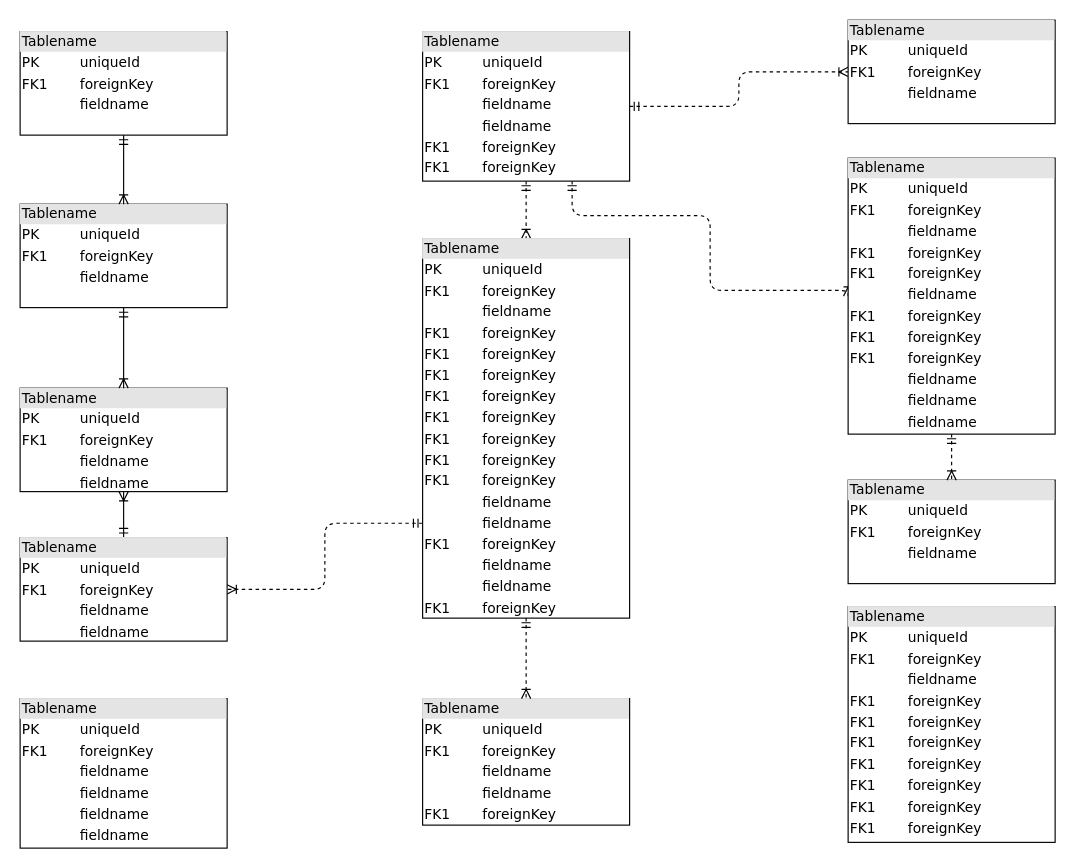
Above: Untitled Diagram.drawio in SlatanEnLexSemester4/Data-Warehousing-en-Business-Intelligence (draw.io), before the change. Source tidied: cells renumbered, new cells numbered last; positions are measured from the earlier drawing's top-left corner, leaving out a move shared by most shapes. Both pictures are drawn from the tidied source at 115%, with x=0, y=0 at pixel (20, 20).
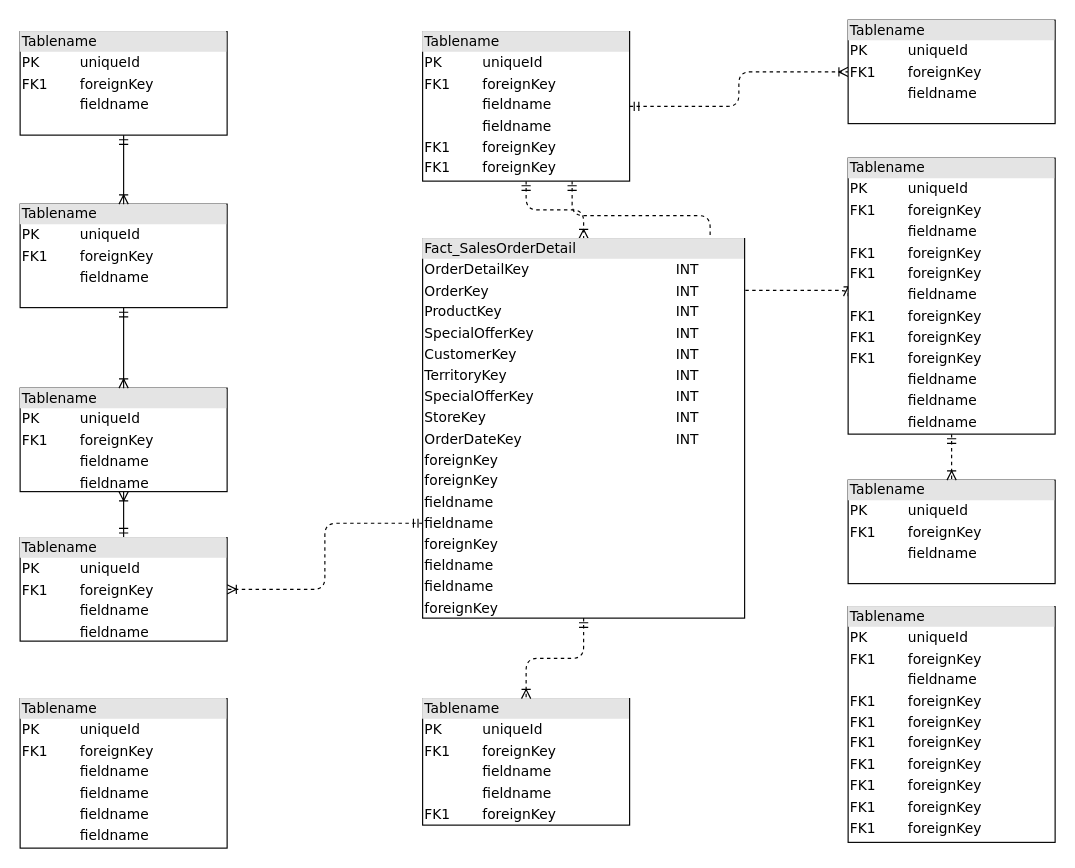
After the change.

Change to the diagram source:
```diff
@@
-    <mxCell id="16" value="&lt;div style=&quot;box-sizing: border-box ; width: 100% ; background: #e4e4e4 ; padding: 2px&quot;&gt;Tablename&lt;/div&gt;&lt;table style=&quot;width: 100% ; font-size: 1em&quot; cellpadding=&quot;2&quot; cellspacing=&quot;0&quot;&gt;&lt;tbody&gt;&lt;tr&gt;&lt;td&gt;PK&lt;/td&gt;&lt;td&gt;uniqueId&lt;/td&gt;&lt;/tr&gt;&lt;tr&gt;&lt;td&gt;FK1&lt;/td&gt;&lt;td&gt;foreignKey&lt;/td&gt;&lt;/tr&gt;&lt;tr&gt;&lt;td&gt;&lt;/td&gt;&lt;td&gt;fieldname&lt;/td&gt;&lt;/tr&gt;&lt;tr&gt;&lt;td&gt;FK1&lt;br&gt;&lt;/td&gt;&lt;td&gt;foreignKey&lt;br&gt;&lt;/td&gt;&lt;/tr&gt;&lt;tr&gt;&lt;td&gt;FK1&lt;br&gt;&lt;/td&gt;&lt;td&gt;foreignKey&lt;br&gt;&lt;/td&gt;&lt;/tr&gt;&lt;tr&gt;&lt;td&gt;FK1&lt;br&gt;&lt;/td&gt;&lt;td&gt;foreignKey&lt;br&gt;&lt;/td&gt;&lt;/tr&gt;&lt;tr&gt;&lt;td&gt;FK1&lt;br&gt;&lt;/td&gt;&lt;td&gt;foreignKey&lt;br&gt;&lt;/td&gt;&lt;/tr&gt;&lt;tr&gt;&lt;td&gt;FK1&lt;br&gt;&lt;/td&gt;&lt;td&gt;foreignKey&lt;br&gt;&lt;/td&gt;&lt;/tr&gt;&lt;tr&gt;&lt;td&gt;FK1&lt;br&gt;&lt;/td&gt;&lt;td&gt;foreignKey&lt;br&gt;&lt;/td&gt;&lt;/tr&gt;&lt;tr&gt;&lt;td&gt;FK1&lt;br&gt;&lt;/td&gt;&lt;td&gt;foreignKey&lt;br&gt;&lt;/td&gt;&lt;/tr&gt;&lt;tr&gt;&lt;td&gt;FK1&lt;br&gt;&lt;/td&gt;&lt;td&gt;foreignKey&lt;br&gt;&lt;/td&gt;&lt;/tr&gt;&lt;tr&gt;&lt;td&gt;&lt;br&gt;&lt;/td&gt;&lt;td&gt;fieldname&lt;br&gt;&lt;/td&gt;&lt;/tr&gt;&lt;tr&gt;&lt;td&gt;&lt;br&gt;&lt;/td&gt;&lt;td&gt;fieldname&lt;br&gt;&lt;/td&gt;&lt;/tr&gt;&lt;tr&gt;&lt;td&gt;FK1&lt;br&gt;&lt;/td&gt;&lt;td&gt;foreignKey&lt;br&gt;&lt;/td&gt;&lt;/tr&gt;&lt;tr&gt;&lt;td&gt;&lt;br&gt;&lt;/td&gt;&lt;td&gt;fieldname&lt;br&gt;&lt;/td&gt;&lt;/tr&gt;&lt;tr&gt;&lt;td&gt;&lt;br&gt;&lt;/td&gt;&lt;td&gt;fieldname&lt;br&gt;&lt;/td&gt;&lt;/tr&gt;&lt;tr&gt;&lt;td&gt;FK1&lt;br&gt;&lt;/td&gt;&lt;td&gt;foreignKey&lt;br&gt;&lt;/td&gt;&lt;/tr&gt;&lt;/tbody&gt;&lt;/table&gt;" style="verticalAlign=top;align=left;overflow=fill;html=1;rounded=0;shadow=0;comic=0;labelBackgroundColor=none;strokeWidth=1;fontFamily=Verdana;fontSize=12;" parent="1" vertex="1">
-      <mxGeometry x="350" y="190" width="180" height="330" as="geometry" />
+    <mxCell id="16" value="&lt;div style=&quot;box-sizing: border-box ; width: 100% ; background: #e4e4e4 ; padding: 2px&quot;&gt;Fact_SalesOrderDetail&lt;/div&gt;&lt;table style=&quot;width: 100% ; font-size: 1em&quot; cellspacing=&quot;0&quot; cellpadding=&quot;2&quot;&gt;&lt;tbody&gt;&lt;tr&gt;&lt;td&gt;OrderDetailKey&lt;/td&gt;&lt;td&gt;INT&lt;/td&gt;&lt;td&gt;&lt;br&gt;&lt;/td&gt;&lt;/tr&gt;&lt;tr&gt;&lt;td&gt;OrderKey&lt;/td&gt;&lt;td&gt;INT&lt;/td&gt;&lt;td&gt;&lt;br&gt;&lt;/td&gt;&lt;/tr&gt;&lt;tr&gt;&lt;td&gt;ProductKey&lt;/td&gt;&lt;td&gt;INT&lt;/td&gt;&lt;td&gt;&lt;br&gt;&lt;/td&gt;&lt;/tr&gt;&lt;tr&gt;&lt;td&gt;SpecialOfferKey&lt;br&gt;&lt;/td&gt;&lt;td&gt;INT&lt;/td&gt;&lt;td&gt;&lt;br&gt;&lt;/td&gt;&lt;/tr&gt;&lt;tr&gt;&lt;td&gt;CustomerKey&lt;br&gt;&lt;/td&gt;&lt;td&gt;INT&lt;/td&gt;&lt;td&gt;&lt;br&gt;&lt;/td&gt;&lt;/tr&gt;&lt;tr&gt;&lt;td&gt;TerritoryKey&lt;br&gt;&lt;/td&gt;&lt;td&gt;INT&lt;/td&gt;&lt;td&gt;&lt;br&gt;&lt;/td&gt;&lt;/tr&gt;&lt;tr&gt;&lt;td&gt;SpecialOfferKey&lt;br&gt;&lt;/td&gt;&lt;td&gt;INT&lt;/td&gt;&lt;td&gt;&lt;br&gt;&lt;/td&gt;&lt;/tr&gt;&lt;tr&gt;&lt;td&gt;StoreKey&lt;br&gt;&lt;/td&gt;&lt;td&gt;INT&lt;/td&gt;&lt;td&gt;&lt;br&gt;&lt;/td&gt;&lt;/tr&gt;&lt;tr&gt;&lt;td&gt;OrderDateKey&lt;br&gt;&lt;/td&gt;&lt;td&gt;INT&lt;/td&gt;&lt;td&gt;&lt;br&gt;&lt;/td&gt;&lt;/tr&gt;&lt;tr&gt;&lt;td&gt;foreignKey&lt;br&gt;&lt;/td&gt;&lt;td&gt;&lt;br&gt;&lt;/td&gt;&lt;td&gt;&lt;br&gt;&lt;/td&gt;&lt;/tr&gt;&lt;tr&gt;&lt;td&gt;foreignKey&lt;br&gt;&lt;/td&gt;&lt;td&gt;&lt;br&gt;&lt;/td&gt;&lt;td&gt;&lt;br&gt;&lt;/td&gt;&lt;/tr&gt;&lt;tr&gt;&lt;td&gt;fieldname&lt;br&gt;&lt;/td&gt;&lt;td&gt;&lt;br&gt;&lt;/td&gt;&lt;td&gt;&lt;br&gt;&lt;/td&gt;&lt;/tr&gt;&lt;tr&gt;&lt;td&gt;fieldname&lt;br&gt;&lt;/td&gt;&lt;td&gt;&lt;br&gt;&lt;/td&gt;&lt;td&gt;&lt;br&gt;&lt;/td&gt;&lt;/tr&gt;&lt;tr&gt;&lt;td&gt;foreignKey&lt;br&gt;&lt;/td&gt;&lt;td&gt;&lt;br&gt;&lt;/td&gt;&lt;td&gt;&lt;br&gt;&lt;/td&gt;&lt;/tr&gt;&lt;tr&gt;&lt;td&gt;fieldname&lt;br&gt;&lt;/td&gt;&lt;td&gt;&lt;br&gt;&lt;/td&gt;&lt;td&gt;&lt;br&gt;&lt;/td&gt;&lt;/tr&gt;&lt;tr&gt;&lt;td&gt;fieldname&lt;br&gt;&lt;/td&gt;&lt;td&gt;&lt;br&gt;&lt;/td&gt;&lt;td&gt;&lt;br&gt;&lt;/td&gt;&lt;/tr&gt;&lt;tr&gt;&lt;td&gt;foreignKey&lt;br&gt;&lt;/td&gt;&lt;td&gt;&lt;br&gt;&lt;/td&gt;&lt;td&gt;&lt;br&gt;&lt;/td&gt;&lt;/tr&gt;&lt;/tbody&gt;&lt;/table&gt;" style="verticalAlign=top;align=left;overflow=fill;html=1;rounded=0;shadow=0;comic=0;labelBackgroundColor=none;strokeWidth=1;fontFamily=Verdana;fontSize=12;" parent="1" vertex="1">
+      <mxGeometry x="350" y="190" width="280" height="330" as="geometry" />
     </mxCell>
```
